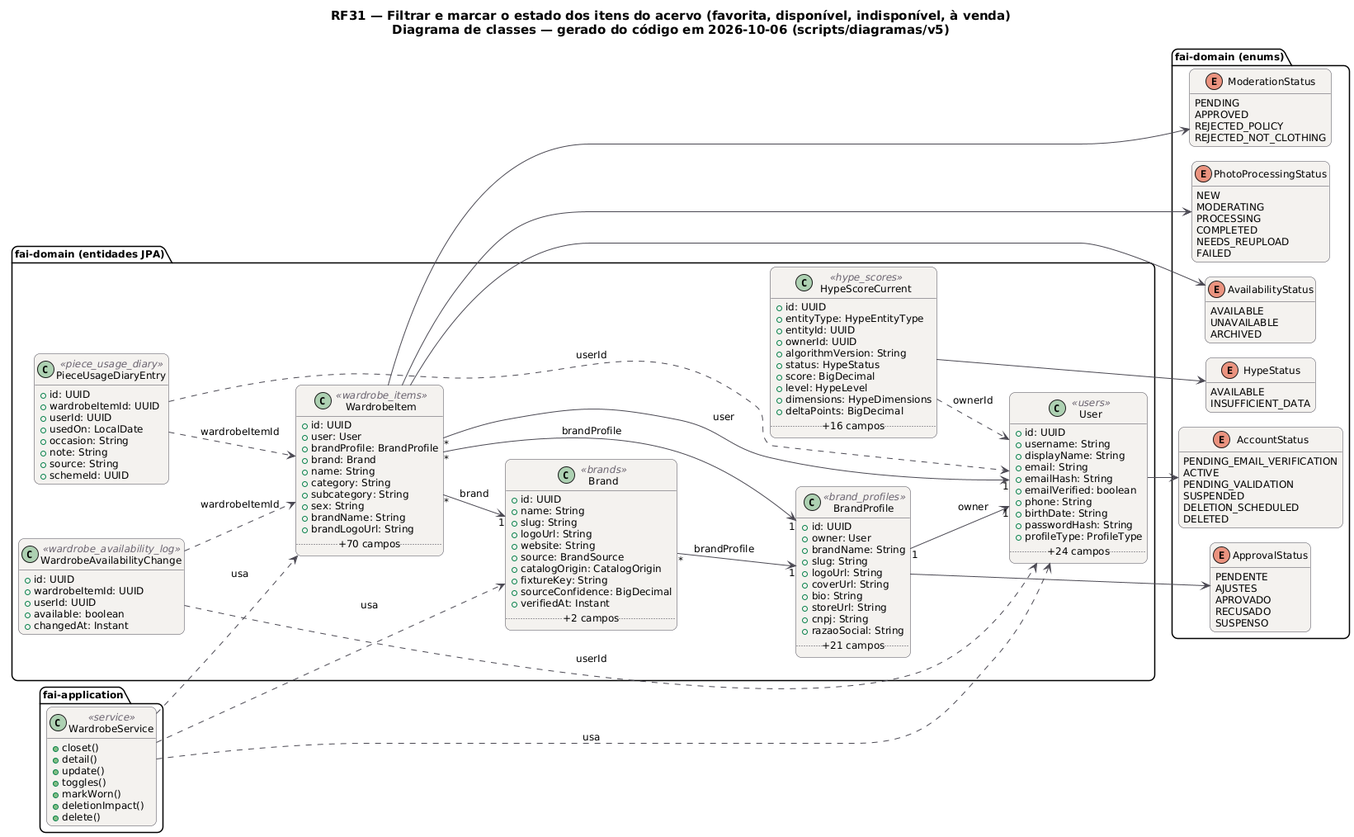
Earlier version of the PlantUML export docs/diagramas/RF31/RF31_Classes.png (MatheusHaliski/tcc-2026-fashion-ai-backend).
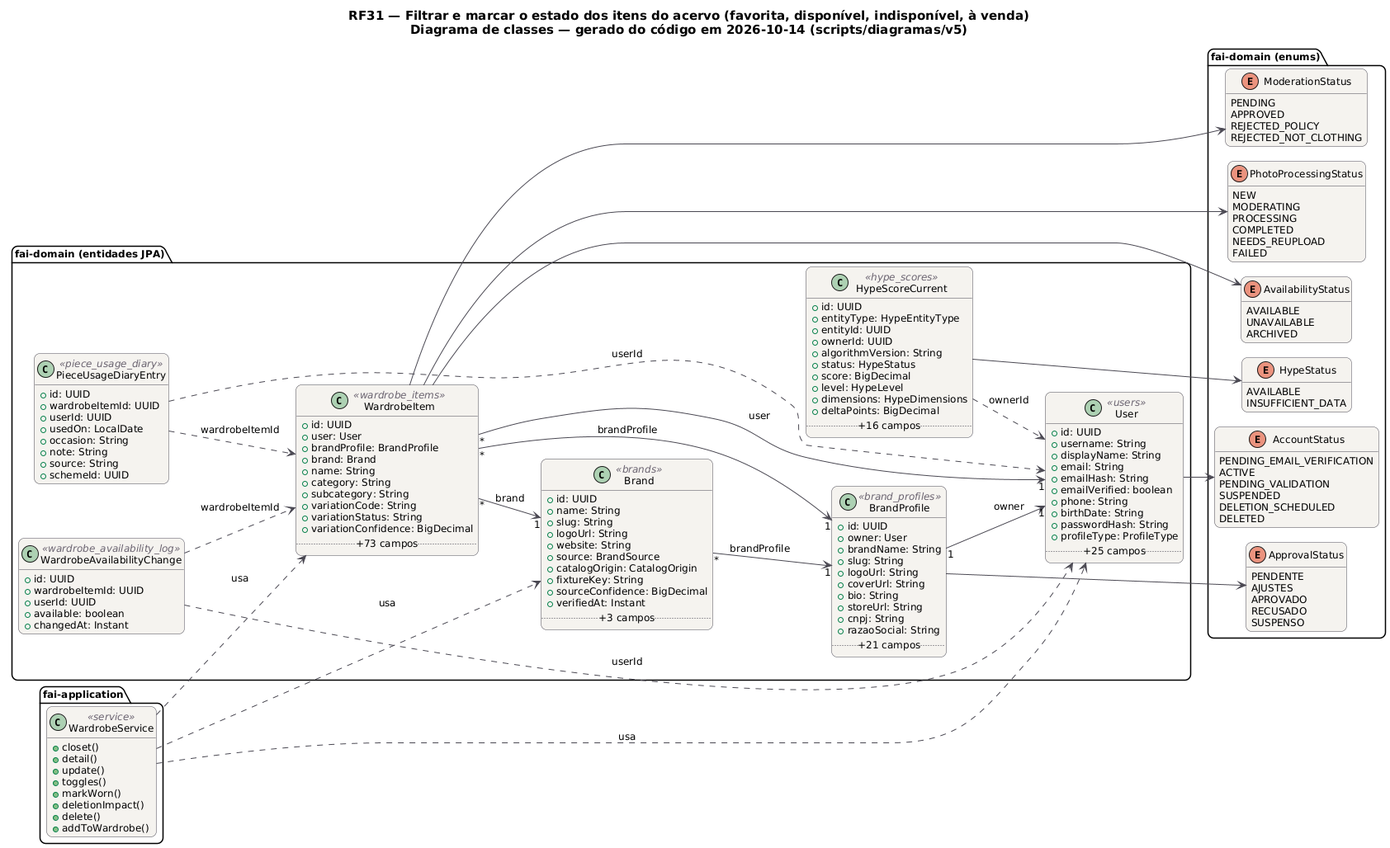
After the commit.

Diff of the diagram source:
```diff
@@ -20,7 +20,7 @@
 }
 hide empty members
 left to right direction
-title RF31 — Filtrar e marcar o estado dos itens do acervo (favorita, disponível, indisponível, à venda)\nDiagrama de classes — gerado do código em 2026-10-06 (scripts/diagramas/v5)
+title RF31 — Filtrar e marcar o estado dos itens do acervo (favorita, disponível, indisponível, à venda)\nDiagrama de classes — gerado do código em 2026-10-14 (scripts/diagramas/v5)
 
 package "fai-domain (entidades JPA)" {
   class Brand <<brands>> {
@@ -34,7 +34,7 @@
     +fixtureKey: String
     +sourceConfidence: BigDecimal
     +verifiedAt: Instant
-    .. +2 campos ..
+    .. +3 campos ..
   }
   class BrandProfile <<brand_profiles>> {
     +id: UUID
@@ -83,7 +83,7 @@
     +birthDate: String
     +passwordHash: String
     +profileType: ProfileType
-    .. +24 campos ..
+    .. +25 campos ..
   }
   class WardrobeAvailabilityChange <<wardrobe_availability_log>> {
     +id: UUID
@@ -100,10 +100,10 @@
     +name: String
     +category: String
     +subcategory: String
-    +sex: String
-    +brandName: String
-    +brandLogoUrl: String
-    .. +70 campos ..
+    +variationCode: String
+    +variationStatus: String
+    +variationConfidence: BigDecimal
+    .. +73 campos ..
   }
 }
 package "fai-domain (enums)" {
@@ -155,6 +155,7 @@
     +markWorn()
     +deletionImpact()
     +delete()
+    +addToWardrobe()
   }
 }
 WardrobeService ..> Brand : usa
```
